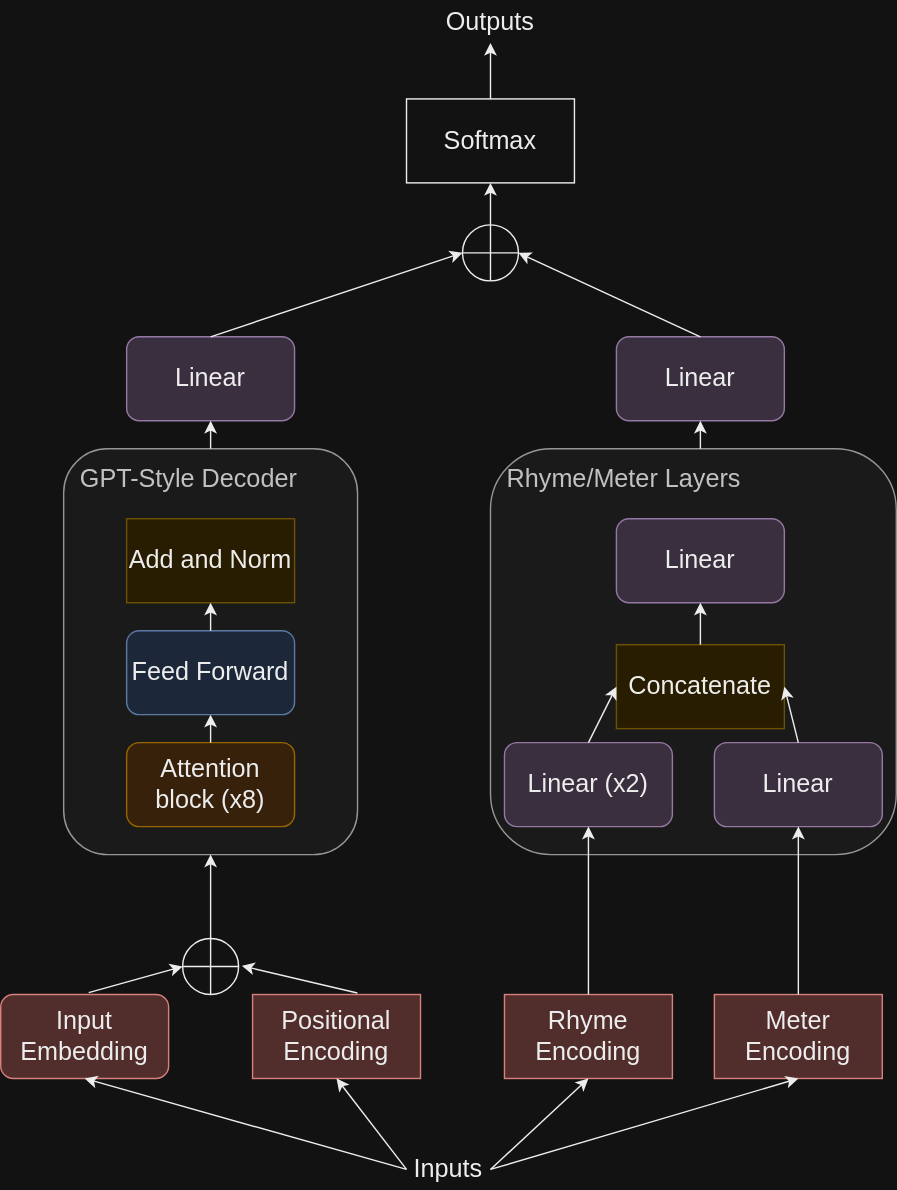
Earlier version of the draw.io export model-dark.svg (crackalamoo/bardgpt). Source tidied: cells renumbered, new cells last; positions are measured from the earlier drawing's top-left corner, leaving out a move shared by most shapes. Source of this version:
```xml
<mxGraphModel>
  <root>
    <mxCell id="0" />
    <mxCell id="1" parent="0" />
    <mxCell id="2" value="&amp;nbsp; &amp;nbsp;&lt;font size=&quot;4&quot;&gt;Rhyme/Meter Layers&lt;br&gt;&lt;br&gt;&lt;br&gt;&lt;/font&gt;&lt;br&gt;&lt;br&gt;&lt;br&gt;&lt;br&gt;&lt;br&gt;&lt;br&gt;&lt;br&gt;&lt;br&gt;&lt;br&gt;&lt;br&gt;&lt;br&gt;&lt;br&gt;&lt;br&gt;&lt;br&gt;" style="rounded=1;whiteSpace=wrap;html=1;align=left;fillColor=#f5f5f5;fontColor=#333333;strokeColor=#666666;" parent="1" vertex="1">
      <mxGeometry x="350" y="320" width="290" height="290" as="geometry" />
    </mxCell>
    <mxCell id="3" value="&amp;nbsp; &amp;nbsp;&lt;font style=&quot;font-size: 18px;&quot;&gt;GPT-Style&amp;nbsp;&lt;font style=&quot;font-size: 18px;&quot;&gt;Decode&lt;/font&gt;&lt;/font&gt;&lt;font style=&quot;font-size: 18px;&quot;&gt;r&lt;br&gt;&lt;br&gt;&lt;br&gt;&lt;/font&gt;&lt;br&gt;&lt;br&gt;&lt;br&gt;&lt;br&gt;&lt;br&gt;&lt;br&gt;&lt;br&gt;&lt;br&gt;&lt;br&gt;&lt;br&gt;&lt;br&gt;&lt;br&gt;&lt;br&gt;&lt;br&gt;" style="rounded=1;whiteSpace=wrap;html=1;align=left;fillColor=#f5f5f5;fontColor=#333333;strokeColor=#666666;" parent="1" vertex="1">
      <mxGeometry x="45" y="320" width="210" height="290" as="geometry" />
    </mxCell>
    <mxCell id="4" value="&lt;font style=&quot;font-size: 18px;&quot;&gt;Input Embedding&lt;/font&gt;" style="rounded=1;whiteSpace=wrap;html=1;fillColor=#f8cecc;strokeColor=#b85450;" parent="1" vertex="1">
      <mxGeometry y="710" width="120" height="60" as="geometry" />
    </mxCell>
    <mxCell id="5" value="&lt;font style=&quot;font-size: 18px;&quot;&gt;Positional Encoding&lt;/font&gt;" style="rounded=0;whiteSpace=wrap;html=1;fillColor=#f8cecc;strokeColor=#b85450;" parent="1" vertex="1">
      <mxGeometry x="180" y="710" width="120" height="60" as="geometry" />
    </mxCell>
    <mxCell id="6" value="&lt;font style=&quot;font-size: 18px;&quot;&gt;Attention block (x8)&lt;/font&gt;" style="rounded=1;whiteSpace=wrap;html=1;fillColor=#ffe6cc;strokeColor=#d79b00;" parent="1" vertex="1">
      <mxGeometry x="90" y="530" width="120" height="60" as="geometry" />
    </mxCell>
    <mxCell id="7" value="&lt;font style=&quot;font-size: 18px;&quot;&gt;Feed Forward&lt;/font&gt;" style="rounded=1;whiteSpace=wrap;html=1;fillColor=#dae8fc;strokeColor=#6c8ebf;" parent="1" vertex="1">
      <mxGeometry x="90" y="450" width="120" height="60" as="geometry" />
    </mxCell>
    <mxCell id="8" value="&lt;font style=&quot;font-size: 18px;&quot;&gt;Add and Norm&lt;/font&gt;" style="rounded=0;whiteSpace=wrap;html=1;fillColor=#fff2cc;strokeColor=#d6b656;glass=0;" parent="1" vertex="1">
      <mxGeometry x="90" y="370" width="120" height="60" as="geometry" />
    </mxCell>
    <mxCell id="9" value="&lt;font style=&quot;font-size: 18px;&quot;&gt;Linear&lt;/font&gt;" style="rounded=1;whiteSpace=wrap;html=1;fillColor=#e1d5e7;strokeColor=#9673a6;" parent="1" vertex="1">
      <mxGeometry x="90" y="240" width="120" height="60" as="geometry" />
    </mxCell>
    <mxCell id="10" style="shape=orEllipse;perimeter=ellipsePerimeter;whiteSpace=wrap;html=1;backgroundOutline=1;" parent="1" vertex="1">
      <mxGeometry x="130" y="670" width="40" height="40" as="geometry" />
    </mxCell>
    <mxCell id="11" style="shape=orEllipse;perimeter=ellipsePerimeter;whiteSpace=wrap;html=1;backgroundOutline=1;" parent="1" vertex="1">
      <mxGeometry x="330" y="160" width="40" height="40" as="geometry" />
    </mxCell>
    <mxCell id="12" value="&lt;font style=&quot;font-size: 18px;&quot;&gt;Rhyme Encoding&lt;/font&gt;" style="rounded=0;whiteSpace=wrap;html=1;fillColor=#f8cecc;strokeColor=#b85450;" parent="1" vertex="1">
      <mxGeometry x="360" y="710" width="120" height="60" as="geometry" />
    </mxCell>
    <mxCell id="13" value="&lt;font style=&quot;font-size: 18px;&quot;&gt;Meter Encoding&lt;/font&gt;" style="rounded=0;whiteSpace=wrap;html=1;fillColor=#f8cecc;strokeColor=#b85450;" parent="1" vertex="1">
      <mxGeometry x="510" y="710" width="120" height="60" as="geometry" />
    </mxCell>
    <mxCell id="14" value="&lt;font style=&quot;font-size: 18px;&quot;&gt;Linear (x2)&lt;/font&gt;" style="rounded=1;whiteSpace=wrap;html=1;fillColor=#e1d5e7;strokeColor=#9673a6;" parent="1" vertex="1">
      <mxGeometry x="360" y="530" width="120" height="60" as="geometry" />
    </mxCell>
    <mxCell id="15" value="&lt;font style=&quot;font-size: 18px;&quot;&gt;Linear&lt;/font&gt;" style="rounded=1;whiteSpace=wrap;html=1;fillColor=#e1d5e7;strokeColor=#9673a6;" parent="1" vertex="1">
      <mxGeometry x="510" y="530" width="120" height="60" as="geometry" />
    </mxCell>
    <mxCell id="16" value="&lt;font style=&quot;font-size: 18px;&quot;&gt;Concatenate&lt;/font&gt;" style="rounded=0;whiteSpace=wrap;html=1;fillColor=#fff2cc;strokeColor=#d6b656;" parent="1" vertex="1">
      <mxGeometry x="440" y="460" width="120" height="60" as="geometry" />
    </mxCell>
    <mxCell id="17" value="&lt;font style=&quot;font-size: 18px;&quot;&gt;Linear&lt;/font&gt;" style="rounded=1;whiteSpace=wrap;html=1;fillColor=#e1d5e7;strokeColor=#9673a6;" parent="1" vertex="1">
      <mxGeometry x="440" y="370" width="120" height="60" as="geometry" />
    </mxCell>
    <mxCell id="18" value="&lt;font style=&quot;font-size: 18px;&quot;&gt;Linear&lt;/font&gt;" style="rounded=1;whiteSpace=wrap;html=1;fillColor=#e1d5e7;strokeColor=#9673a6;" parent="1" vertex="1">
      <mxGeometry x="440" y="240" width="120" height="60" as="geometry" />
    </mxCell>
    <mxCell id="19" value="&lt;font style=&quot;font-size: 18px;&quot;&gt;Softmax&lt;/font&gt;" style="rounded=0;whiteSpace=wrap;html=1;" parent="1" vertex="1">
      <mxGeometry x="290" y="70" width="120" height="60" as="geometry" />
    </mxCell>
    <mxCell id="20" style="endArrow=classic;html=1;rounded=0;entryX=0;entryY=0.5;entryDx=0;entryDy=0;exitX=0.524;exitY=-0.022;exitDx=0;exitDy=0;exitPerimeter=0;" parent="1" edge="1" source="4" target="10">
      <mxGeometry relative="1" as="geometry" />
    </mxCell>
    <mxCell id="21" style="endArrow=classic;html=1;rounded=0;exitX=0.624;exitY=-0.018;exitDx=0;exitDy=0;exitPerimeter=0;entryX=1.058;entryY=0.487;entryDx=0;entryDy=0;entryPerimeter=0;" parent="1" edge="1" source="5" target="10">
      <mxGeometry relative="1" as="geometry" />
    </mxCell>
    <mxCell id="22" style="endArrow=classic;html=1;rounded=0;exitX=0.5;exitY=0;exitDx=0;exitDy=0;entryX=0.5;entryY=1;entryDx=0;entryDy=0;" parent="1" edge="1" source="10" target="3">
      <mxGeometry relative="1" as="geometry" />
    </mxCell>
    <mxCell id="23" style="endArrow=classic;html=1;rounded=0;exitX=0.5;exitY=0;exitDx=0;exitDy=0;entryX=0.5;entryY=1;entryDx=0;entryDy=0;" parent="1" edge="1" source="6" target="7">
      <mxGeometry relative="1" as="geometry" />
    </mxCell>
    <mxCell id="24" style="endArrow=classic;html=1;rounded=0;exitX=0.5;exitY=0;exitDx=0;exitDy=0;entryX=0.5;entryY=1;entryDx=0;entryDy=0;" parent="1" edge="1" source="7" target="8">
      <mxGeometry relative="1" as="geometry" />
    </mxCell>
    <mxCell id="25" style="endArrow=classic;html=1;rounded=0;exitX=0.5;exitY=0;exitDx=0;exitDy=0;entryX=0.5;entryY=1;entryDx=0;entryDy=0;" parent="1" edge="1" source="3" target="9">
      <mxGeometry relative="1" as="geometry" />
    </mxCell>
    <mxCell id="26" style="endArrow=classic;html=1;rounded=0;exitX=0.5;exitY=0;exitDx=0;exitDy=0;entryX=0.5;entryY=1;entryDx=0;entryDy=0;" parent="1" edge="1" source="12" target="14">
      <mxGeometry relative="1" as="geometry" />
    </mxCell>
    <mxCell id="27" style="endArrow=classic;html=1;rounded=0;exitX=0.5;exitY=0;exitDx=0;exitDy=0;entryX=0.5;entryY=1;entryDx=0;entryDy=0;" parent="1" edge="1" source="13" target="15">
      <mxGeometry relative="1" as="geometry" />
    </mxCell>
    <mxCell id="28" style="endArrow=classic;html=1;rounded=0;exitX=0.5;exitY=0;exitDx=0;exitDy=0;entryX=0;entryY=0.5;entryDx=0;entryDy=0;" parent="1" edge="1" source="14" target="16">
      <mxGeometry relative="1" as="geometry" />
    </mxCell>
    <mxCell id="29" style="endArrow=classic;html=1;rounded=0;exitX=0.5;exitY=0;exitDx=0;exitDy=0;entryX=1;entryY=0.5;entryDx=0;entryDy=0;" parent="1" edge="1" source="15" target="16">
      <mxGeometry relative="1" as="geometry" />
    </mxCell>
    <mxCell id="30" style="endArrow=classic;html=1;rounded=0;exitX=0.5;exitY=0;exitDx=0;exitDy=0;entryX=0.5;entryY=1;entryDx=0;entryDy=0;" parent="1" edge="1" source="16" target="17">
      <mxGeometry relative="1" as="geometry" />
    </mxCell>
    <mxCell id="31" style="endArrow=classic;html=1;rounded=0;entryX=0.5;entryY=1;entryDx=0;entryDy=0;" parent="1" edge="1" target="18">
      <mxGeometry relative="1" as="geometry">
        <mxPoint x="500" y="320" as="sourcePoint" />
      </mxGeometry>
    </mxCell>
    <mxCell id="32" style="endArrow=classic;html=1;rounded=0;exitX=0.5;exitY=0;exitDx=0;exitDy=0;entryX=0;entryY=0.5;entryDx=0;entryDy=0;" parent="1" edge="1" source="9" target="11">
      <mxGeometry relative="1" as="geometry" />
    </mxCell>
    <mxCell id="33" style="endArrow=classic;html=1;rounded=0;exitX=0.5;exitY=0;exitDx=0;exitDy=0;entryX=1;entryY=0.5;entryDx=0;entryDy=0;" parent="1" edge="1" source="18" target="11">
      <mxGeometry relative="1" as="geometry" />
    </mxCell>
    <mxCell id="34" style="endArrow=classic;html=1;rounded=0;exitX=0.5;exitY=0;exitDx=0;exitDy=0;entryX=0.5;entryY=1;entryDx=0;entryDy=0;" parent="1" edge="1" source="11" target="19">
      <mxGeometry relative="1" as="geometry" />
    </mxCell>
    <mxCell id="35" style="endArrow=classic;html=1;rounded=0;entryX=0.5;entryY=1;entryDx=0;entryDy=0;" parent="1" edge="1" target="36">
      <mxGeometry relative="1" as="geometry">
        <mxPoint x="350" y="70" as="sourcePoint" />
      </mxGeometry>
    </mxCell>
    <mxCell id="36" value="&lt;font style=&quot;font-size: 18px;&quot;&gt;Outputs&lt;/font&gt;" style="text;html=1;strokeColor=none;fillColor=none;align=center;verticalAlign=middle;whiteSpace=wrap;rounded=0;" parent="1" vertex="1">
      <mxGeometry x="320" width="60" height="30" as="geometry" />
    </mxCell>
    <mxCell id="37" value="&lt;font style=&quot;font-size: 18px;&quot;&gt;Inputs&lt;/font&gt;" style="text;html=1;strokeColor=none;fillColor=none;align=center;verticalAlign=middle;whiteSpace=wrap;rounded=0;" parent="1" vertex="1">
      <mxGeometry x="290" y="820" width="60" height="30" as="geometry" />
    </mxCell>
    <mxCell id="38" style="endArrow=classic;html=1;rounded=0;exitX=0;exitY=0.5;exitDx=0;exitDy=0;entryX=0.5;entryY=1;entryDx=0;entryDy=0;" parent="1" edge="1" source="37" target="4">
      <mxGeometry relative="1" as="geometry" />
    </mxCell>
    <mxCell id="39" style="endArrow=classic;html=1;rounded=0;exitX=0;exitY=0.5;exitDx=0;exitDy=0;entryX=0.5;entryY=1;entryDx=0;entryDy=0;" parent="1" edge="1" source="37" target="5">
      <mxGeometry relative="1" as="geometry" />
    </mxCell>
    <mxCell id="40" style="endArrow=classic;html=1;rounded=0;exitX=1;exitY=0.5;exitDx=0;exitDy=0;entryX=0.5;entryY=1;entryDx=0;entryDy=0;" parent="1" edge="1" source="37" target="12">
      <mxGeometry relative="1" as="geometry" />
    </mxCell>
    <mxCell id="41" style="endArrow=classic;html=1;rounded=0;exitX=1;exitY=0.5;exitDx=0;exitDy=0;entryX=0.5;entryY=1;entryDx=0;entryDy=0;" parent="1" edge="1" source="37" target="13">
      <mxGeometry relative="1" as="geometry" />
    </mxCell>
  </root>
</mxGraphModel>
```
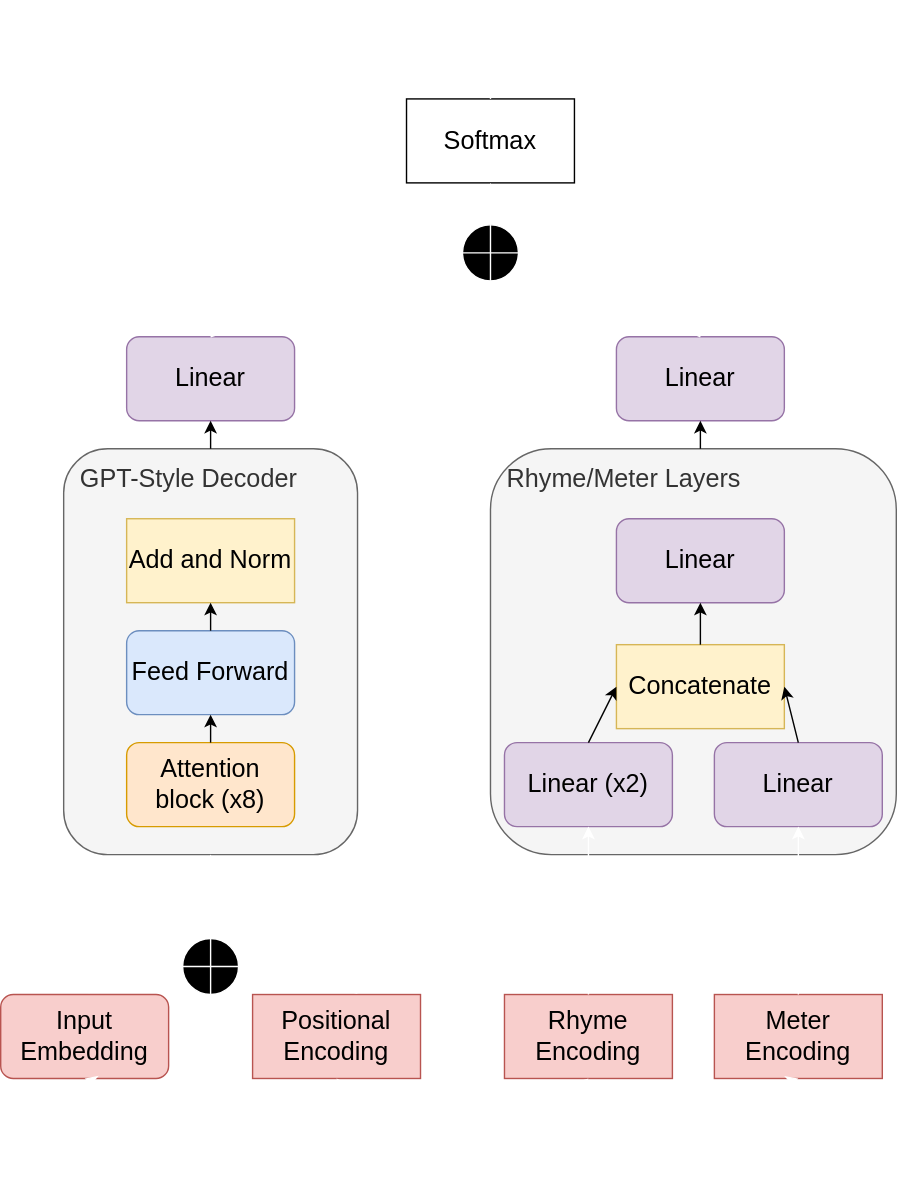
After the change.

Commit message:
change dark SVG background

The edit, as a diff of the source:
```diff
@@ -26,10 +26,10 @@
     <mxCell id="9" value="&lt;font style=&quot;font-size: 18px;&quot;&gt;Linear&lt;/font&gt;" style="rounded=1;whiteSpace=wrap;html=1;fillColor=#e1d5e7;strokeColor=#9673a6;" parent="1" vertex="1">
       <mxGeometry x="90" y="240" width="120" height="60" as="geometry" />
     </mxCell>
-    <mxCell id="10" style="shape=orEllipse;perimeter=ellipsePerimeter;whiteSpace=wrap;html=1;backgroundOutline=1;" parent="1" vertex="1">
+    <mxCell id="10" style="shape=orEllipse;perimeter=ellipsePerimeter;whiteSpace=wrap;html=1;backgroundOutline=1;fillColor=#000000;strokeColor=#FFFFFF;" parent="1" vertex="1">
       <mxGeometry x="130" y="670" width="40" height="40" as="geometry" />
     </mxCell>
-    <mxCell id="11" style="shape=orEllipse;perimeter=ellipsePerimeter;whiteSpace=wrap;html=1;backgroundOutline=1;" parent="1" vertex="1">
+    <mxCell id="11" style="shape=orEllipse;perimeter=ellipsePerimeter;whiteSpace=wrap;html=1;backgroundOutline=1;fillColor=#000000;strokeColor=#FFFFFF;" parent="1" vertex="1">
       <mxGeometry x="330" y="160" width="40" height="40" as="geometry" />
     </mxCell>
     <mxCell id="12" value="&lt;font style=&quot;font-size: 18px;&quot;&gt;Rhyme Encoding&lt;/font&gt;" style="rounded=0;whiteSpace=wrap;html=1;fillColor=#f8cecc;strokeColor=#b85450;" parent="1" vertex="1">
@@ -56,13 +56,13 @@
     <mxCell id="19" value="&lt;font style=&quot;font-size: 18px;&quot;&gt;Softmax&lt;/font&gt;" style="rounded=0;whiteSpace=wrap;html=1;" parent="1" vertex="1">
       <mxGeometry x="290" y="70" width="120" height="60" as="geometry" />
     </mxCell>
-    <mxCell id="20" style="endArrow=classic;html=1;rounded=0;entryX=0;entryY=0.5;entryDx=0;entryDy=0;exitX=0.524;exitY=-0.022;exitDx=0;exitDy=0;exitPerimeter=0;" parent="1" edge="1" source="4" target="10">
+    <mxCell id="20" style="endArrow=classic;html=1;rounded=0;entryX=0;entryY=0.5;entryDx=0;entryDy=0;exitX=0.524;exitY=-0.022;exitDx=0;exitDy=0;exitPerimeter=0;strokeColor=#FFFFFF;" parent="1" edge="1" source="4" target="10">
       <mxGeometry relative="1" as="geometry" />
     </mxCell>
-    <mxCell id="21" style="endArrow=classic;html=1;rounded=0;exitX=0.624;exitY=-0.018;exitDx=0;exitDy=0;exitPerimeter=0;entryX=1.058;entryY=0.487;entryDx=0;entryDy=0;entryPerimeter=0;" parent="1" edge="1" source="5" target="10">
+    <mxCell id="21" style="endArrow=classic;html=1;rounded=0;exitX=0.624;exitY=-0.018;exitDx=0;exitDy=0;exitPerimeter=0;entryX=1.058;entryY=0.487;entryDx=0;entryDy=0;entryPerimeter=0;strokeColor=#FFFFFF;" parent="1" edge="1" source="5" target="10">
       <mxGeometry relative="1" as="geometry" />
     </mxCell>
-    <mxCell id="22" style="endArrow=classic;html=1;rounded=0;exitX=0.5;exitY=0;exitDx=0;exitDy=0;entryX=0.5;entryY=1;entryDx=0;entryDy=0;" parent="1" edge="1" source="10" target="3">
+    <mxCell id="22" style="endArrow=classic;html=1;rounded=0;exitX=0.5;exitY=0;exitDx=0;exitDy=0;entryX=0.5;entryY=1;entryDx=0;entryDy=0;strokeColor=#FFFFFF;" parent="1" edge="1" source="10" target="3">
       <mxGeometry relative="1" as="geometry" />
     </mxCell>
     <mxCell id="23" style="endArrow=classic;html=1;rounded=0;exitX=0.5;exitY=0;exitDx=0;exitDy=0;entryX=0.5;entryY=1;entryDx=0;entryDy=0;" parent="1" edge="1" source="6" target="7">
@@ -74,10 +74,10 @@
     <mxCell id="25" style="endArrow=classic;html=1;rounded=0;exitX=0.5;exitY=0;exitDx=0;exitDy=0;entryX=0.5;entryY=1;entryDx=0;entryDy=0;" parent="1" edge="1" source="3" target="9">
       <mxGeometry relative="1" as="geometry" />
     </mxCell>
-    <mxCell id="26" style="endArrow=classic;html=1;rounded=0;exitX=0.5;exitY=0;exitDx=0;exitDy=0;entryX=0.5;entryY=1;entryDx=0;entryDy=0;" parent="1" edge="1" source="12" target="14">
+    <mxCell id="26" style="endArrow=classic;html=1;rounded=0;exitX=0.5;exitY=0;exitDx=0;exitDy=0;entryX=0.5;entryY=1;entryDx=0;entryDy=0;strokeColor=#FFFFFF;" parent="1" edge="1" source="12" target="14">
       <mxGeometry relative="1" as="geometry" />
     </mxCell>
-    <mxCell id="27" style="endArrow=classic;html=1;rounded=0;exitX=0.5;exitY=0;exitDx=0;exitDy=0;entryX=0.5;entryY=1;entryDx=0;entryDy=0;" parent="1" edge="1" source="13" target="15">
+    <mxCell id="27" style="endArrow=classic;html=1;rounded=0;exitX=0.5;exitY=0;exitDx=0;exitDy=0;entryX=0.5;entryY=1;entryDx=0;entryDy=0;strokeColor=#FFFFFF;" parent="1" edge="1" source="13" target="15">
       <mxGeometry relative="1" as="geometry" />
     </mxCell>
     <mxCell id="28" style="endArrow=classic;html=1;rounded=0;exitX=0.5;exitY=0;exitDx=0;exitDy=0;entryX=0;entryY=0.5;entryDx=0;entryDy=0;" parent="1" edge="1" source="14" target="16">
@@ -94,36 +94,36 @@
         <mxPoint x="500" y="320" as="sourcePoint" />
       </mxGeometry>
     </mxCell>
-    <mxCell id="32" style="endArrow=classic;html=1;rounded=0;exitX=0.5;exitY=0;exitDx=0;exitDy=0;entryX=0;entryY=0.5;entryDx=0;entryDy=0;" parent="1" edge="1" source="9" target="11">
+    <mxCell id="32" style="endArrow=classic;html=1;rounded=0;exitX=0.5;exitY=0;exitDx=0;exitDy=0;entryX=0;entryY=0.5;entryDx=0;entryDy=0;strokeColor=#FFFFFF;" parent="1" edge="1" source="9" target="11">
       <mxGeometry relative="1" as="geometry" />
     </mxCell>
-    <mxCell id="33" style="endArrow=classic;html=1;rounded=0;exitX=0.5;exitY=0;exitDx=0;exitDy=0;entryX=1;entryY=0.5;entryDx=0;entryDy=0;" parent="1" edge="1" source="18" target="11">
+    <mxCell id="33" style="endArrow=classic;html=1;rounded=0;exitX=0.5;exitY=0;exitDx=0;exitDy=0;entryX=1;entryY=0.5;entryDx=0;entryDy=0;strokeColor=#FFFFFF;" parent="1" edge="1" source="18" target="11">
       <mxGeometry relative="1" as="geometry" />
     </mxCell>
-    <mxCell id="34" style="endArrow=classic;html=1;rounded=0;exitX=0.5;exitY=0;exitDx=0;exitDy=0;entryX=0.5;entryY=1;entryDx=0;entryDy=0;" parent="1" edge="1" source="11" target="19">
+    <mxCell id="34" style="endArrow=classic;html=1;rounded=0;exitX=0.5;exitY=0;exitDx=0;exitDy=0;entryX=0.5;entryY=1;entryDx=0;entryDy=0;strokeColor=#FFFFFF;" parent="1" edge="1" source="11" target="19">
       <mxGeometry relative="1" as="geometry" />
     </mxCell>
-    <mxCell id="35" style="endArrow=classic;html=1;rounded=0;entryX=0.5;entryY=1;entryDx=0;entryDy=0;" parent="1" edge="1" target="36">
+    <mxCell id="35" style="endArrow=classic;html=1;rounded=0;entryX=0.5;entryY=1;entryDx=0;entryDy=0;strokeColor=#FFFFFF;" parent="1" edge="1" target="36">
       <mxGeometry relative="1" as="geometry">
         <mxPoint x="350" y="70" as="sourcePoint" />
       </mxGeometry>
     </mxCell>
-    <mxCell id="36" value="&lt;font style=&quot;font-size: 18px;&quot;&gt;Outputs&lt;/font&gt;" style="text;html=1;strokeColor=none;fillColor=none;align=center;verticalAlign=middle;whiteSpace=wrap;rounded=0;" parent="1" vertex="1">
+    <mxCell id="36" value="&lt;font style=&quot;font-size: 18px;&quot;&gt;Outputs&lt;/font&gt;" style="text;html=1;strokeColor=none;fillColor=none;align=center;verticalAlign=middle;whiteSpace=wrap;rounded=0;fontColor=#FFFFFF;" parent="1" vertex="1">
       <mxGeometry x="320" width="60" height="30" as="geometry" />
     </mxCell>
-    <mxCell id="37" value="&lt;font style=&quot;font-size: 18px;&quot;&gt;Inputs&lt;/font&gt;" style="text;html=1;strokeColor=none;fillColor=none;align=center;verticalAlign=middle;whiteSpace=wrap;rounded=0;" parent="1" vertex="1">
+    <mxCell id="37" value="&lt;font style=&quot;font-size: 18px;&quot;&gt;Inputs&lt;/font&gt;" style="text;html=1;strokeColor=none;fillColor=none;align=center;verticalAlign=middle;whiteSpace=wrap;rounded=0;fontColor=#FFFFFF;" parent="1" vertex="1">
       <mxGeometry x="290" y="820" width="60" height="30" as="geometry" />
     </mxCell>
-    <mxCell id="38" style="endArrow=classic;html=1;rounded=0;exitX=0;exitY=0.5;exitDx=0;exitDy=0;entryX=0.5;entryY=1;entryDx=0;entryDy=0;" parent="1" edge="1" source="37" target="4">
+    <mxCell id="38" style="endArrow=classic;html=1;rounded=0;exitX=0;exitY=0.5;exitDx=0;exitDy=0;entryX=0.5;entryY=1;entryDx=0;entryDy=0;strokeColor=#FFFFFF;" parent="1" edge="1" source="37" target="4">
       <mxGeometry relative="1" as="geometry" />
     </mxCell>
-    <mxCell id="39" style="endArrow=classic;html=1;rounded=0;exitX=0;exitY=0.5;exitDx=0;exitDy=0;entryX=0.5;entryY=1;entryDx=0;entryDy=0;" parent="1" edge="1" source="37" target="5">
+    <mxCell id="39" style="endArrow=classic;html=1;rounded=0;exitX=0;exitY=0.5;exitDx=0;exitDy=0;entryX=0.5;entryY=1;entryDx=0;entryDy=0;strokeColor=#FFFFFF;" parent="1" edge="1" source="37" target="5">
       <mxGeometry relative="1" as="geometry" />
     </mxCell>
-    <mxCell id="40" style="endArrow=classic;html=1;rounded=0;exitX=1;exitY=0.5;exitDx=0;exitDy=0;entryX=0.5;entryY=1;entryDx=0;entryDy=0;" parent="1" edge="1" source="37" target="12">
+    <mxCell id="40" style="endArrow=classic;html=1;rounded=0;exitX=1;exitY=0.5;exitDx=0;exitDy=0;entryX=0.5;entryY=1;entryDx=0;entryDy=0;strokeColor=#FFFFFF;" parent="1" edge="1" source="37" target="12">
       <mxGeometry relative="1" as="geometry" />
     </mxCell>
-    <mxCell id="41" style="endArrow=classic;html=1;rounded=0;exitX=1;exitY=0.5;exitDx=0;exitDy=0;entryX=0.5;entryY=1;entryDx=0;entryDy=0;" parent="1" edge="1" source="37" target="13">
+    <mxCell id="41" style="endArrow=classic;html=1;rounded=0;exitX=1;exitY=0.5;exitDx=0;exitDy=0;entryX=0.5;entryY=1;entryDx=0;entryDy=0;strokeColor=#FFFFFF;" parent="1" edge="1" source="37" target="13">
       <mxGeometry relative="1" as="geometry" />
     </mxCell>
   </root>
```
